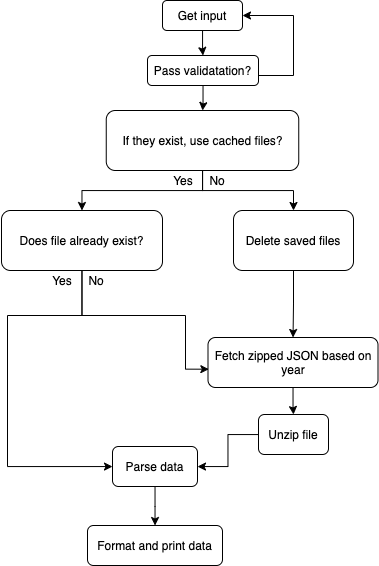
The draw.io diagram images/diagram.png in ottiliaw/nvdsearch, before a commit. Source tidied: cells renumbered, new cells last; positions are measured from the earlier drawing's top-left corner, leaving out a move shared by most shapes.
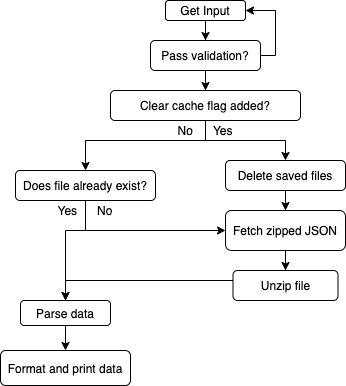
Later version of the same file.

Commit message:
fixed error in diagram

The edit, as a diff of the source:
```diff
@@ -1,102 +1,98 @@
-<mxGraphModel background="#ffffff">
+<mxGraphModel>
   <root>
     <mxCell id="0" />
     <mxCell id="1" parent="0" />
-    <mxCell id="2" style="edgeStyle=orthogonalEdgeStyle;rounded=0;jettySize=auto;html=1;" parent="1" edge="1" source="3" target="8">
-      <mxGeometry relative="1" as="geometry" />
-    </mxCell>
-    <mxCell id="3" value="Get input" style="rounded=1;whiteSpace=wrap;html=1;" parent="1" vertex="1">
-      <mxGeometry x="161" width="80" height="30" as="geometry" />
-    </mxCell>
-    <mxCell id="4" style="edgeStyle=orthogonalEdgeStyle;rounded=0;jettySize=auto;html=1;" parent="1" edge="1" source="5" target="10">
-      <mxGeometry relative="1" as="geometry" />
-    </mxCell>
-    <mxCell id="5" value="Fetch zipped JSON based on year" style="rounded=1;whiteSpace=wrap;html=1;" parent="1" vertex="1">
-      <mxGeometry x="206.5" y="337" width="170" height="50" as="geometry" />
-    </mxCell>
-    <mxCell id="6" style="edgeStyle=orthogonalEdgeStyle;rounded=0;jettySize=auto;html=1;entryX=1;entryY=0.5;entryDx=0;entryDy=0;" parent="1" edge="1" source="8" target="3">
-      <mxGeometry relative="1" as="geometry">
-        <Array as="points">
-          <mxPoint x="292" y="75" />
-          <mxPoint x="292" y="15" />
-        </Array>
-      </mxGeometry>
-    </mxCell>
-    <mxCell id="7" style="edgeStyle=orthogonalEdgeStyle;rounded=0;jettySize=auto;html=1;" parent="1" edge="1" source="8" target="19">
-      <mxGeometry relative="1" as="geometry" />
-    </mxCell>
-    <mxCell id="8" value="Pass validatation?" style="rounded=1;whiteSpace=wrap;html=1;" parent="1" vertex="1">
-      <mxGeometry x="146" y="55" width="111" height="30" as="geometry" />
-    </mxCell>
+    <mxCell id="27" style="edgeStyle=orthogonalEdgeStyle;rounded=0;jettySize=auto;html=1;entryX=0.5;entryY=0;entryDx=0;entryDy=0;" parent="1" edge="1" source="28" target="31">
+      <mxGeometry relative="1" as="geometry" />
+    </mxCell>
+    <mxCell id="28" value="Get Input" style="rounded=1;whiteSpace=wrap;html=1;" parent="1" vertex="1">
+      <mxGeometry x="242" y="500" width="80" height="20" as="geometry" />
+    </mxCell>
+    <mxCell id="29" style="edgeStyle=orthogonalEdgeStyle;rounded=0;jettySize=auto;html=1;" parent="1" edge="1" source="31" target="34">
+      <mxGeometry relative="1" as="geometry" />
+    </mxCell>
+    <mxCell id="30" style="edgeStyle=orthogonalEdgeStyle;rounded=0;jettySize=auto;html=1;entryX=1;entryY=0.5;entryDx=0;entryDy=0;" parent="1" edge="1" source="31" target="28">
+      <mxGeometry relative="1" as="geometry">
+        <Array as="points">
+          <mxPoint x="352" y="555" />
+          <mxPoint x="352" y="510" />
+        </Array>
+      </mxGeometry>
+    </mxCell>
+    <mxCell id="31" value="Pass validation?" style="rounded=1;whiteSpace=wrap;html=1;" parent="1" vertex="1">
+      <mxGeometry x="227" y="540" width="110" height="30" as="geometry" />
+    </mxCell>
+    <mxCell id="32" style="edgeStyle=orthogonalEdgeStyle;rounded=0;jettySize=auto;html=1;" parent="1" edge="1" source="34" target="16">
+      <mxGeometry relative="1" as="geometry">
+        <Array as="points">
+          <mxPoint x="282" y="640" />
+          <mxPoint x="162" y="640" />
+        </Array>
+      </mxGeometry>
+    </mxCell>
+    <mxCell id="33" style="edgeStyle=orthogonalEdgeStyle;rounded=0;jettySize=auto;html=1;" parent="1" edge="1" source="34" target="21">
+      <mxGeometry relative="1" as="geometry" />
+    </mxCell>
+    <mxCell id="34" value="Clear cache flag added?" style="rounded=1;whiteSpace=wrap;html=1;" parent="1" vertex="1">
+      <mxGeometry x="187" y="590" width="190" height="30" as="geometry" />
+    </mxCell>
+    <mxCell id="35" style="edgeStyle=orthogonalEdgeStyle;rounded=0;jettySize=auto;html=1;entryX=0;entryY=0.5;entryDx=0;entryDy=0;" parent="1" edge="1" source="16" target="38">
+      <mxGeometry relative="1" as="geometry">
+        <Array as="points">
+          <mxPoint x="162" y="730" />
+        </Array>
+      </mxGeometry>
+    </mxCell>
+    <mxCell id="14" style="edgeStyle=orthogonalEdgeStyle;rounded=0;jettySize=auto;html=1;" parent="1" edge="1" source="16" target="12">
+      <mxGeometry relative="1" as="geometry">
+        <Array as="points">
+          <mxPoint x="162" y="730" />
+          <mxPoint x="142" y="730" />
+        </Array>
+      </mxGeometry>
+    </mxCell>
+    <mxCell id="16" value="Does file already exist?" style="rounded=1;whiteSpace=wrap;html=1;" parent="1" vertex="1">
+      <mxGeometry x="92" y="670" width="140" height="30" as="geometry" />
+    </mxCell>
+    <mxCell id="36" style="edgeStyle=orthogonalEdgeStyle;rounded=0;jettySize=auto;html=1;" parent="1" edge="1" source="21" target="38">
+      <mxGeometry relative="1" as="geometry" />
+    </mxCell>
+    <mxCell id="21" value="Delete saved files" style="rounded=1;whiteSpace=wrap;html=1;" parent="1" vertex="1">
+      <mxGeometry x="302" y="660" width="120" height="30" as="geometry" />
+    </mxCell>
+    <mxCell id="37" style="edgeStyle=orthogonalEdgeStyle;rounded=0;jettySize=auto;html=1;" parent="1" edge="1" source="38" target="10">
+      <mxGeometry relative="1" as="geometry" />
+    </mxCell>
+    <mxCell id="38" value="Fetch zipped JSON" style="rounded=1;whiteSpace=wrap;html=1;" parent="1" vertex="1">
+      <mxGeometry x="302" y="710" width="120" height="40" as="geometry" />
+    </mxCell>
     <mxCell id="9" style="edgeStyle=orthogonalEdgeStyle;rounded=0;jettySize=auto;html=1;" parent="1" edge="1" source="10" target="12">
-      <mxGeometry relative="1" as="geometry" />
+      <mxGeometry relative="1" as="geometry">
+        <Array as="points">
+          <mxPoint x="142" y="780" />
+        </Array>
+      </mxGeometry>
     </mxCell>
     <mxCell id="10" value="Unzip file" style="rounded=1;whiteSpace=wrap;html=1;" parent="1" vertex="1">
-      <mxGeometry x="257" y="414" width="70" height="40" as="geometry" />
+      <mxGeometry x="309.5" y="770" width="105" height="30" as="geometry" />
     </mxCell>
     <mxCell id="11" style="edgeStyle=orthogonalEdgeStyle;rounded=0;jettySize=auto;html=1;" parent="1" edge="1" source="12" target="13">
       <mxGeometry relative="1" as="geometry" />
     </mxCell>
     <mxCell id="12" value="Parse data" style="rounded=1;whiteSpace=wrap;html=1;" parent="1" vertex="1">
-      <mxGeometry x="111" y="446" width="85" height="40" as="geometry" />
+      <mxGeometry x="97" y="800" width="90" height="25" as="geometry" />
     </mxCell>
     <mxCell id="13" value="Format and print data" style="rounded=1;whiteSpace=wrap;html=1;" parent="1" vertex="1">
-      <mxGeometry x="86" y="525" width="135" height="40" as="geometry" />
+      <mxGeometry x="77" y="850" width="130" height="35" as="geometry" />
     </mxCell>
-    <mxCell id="14" style="edgeStyle=orthogonalEdgeStyle;rounded=0;jettySize=auto;html=1;" parent="1" edge="1" source="16" target="12">
-      <mxGeometry relative="1" as="geometry">
-        <Array as="points">
-          <mxPoint x="80" y="315" />
-          <mxPoint x="6" y="315" />
-        </Array>
-      </mxGeometry>
-    </mxCell>
-    <mxCell id="15" style="edgeStyle=orthogonalEdgeStyle;rounded=0;jettySize=auto;html=1;entryX=0.005;entryY=0.634;entryDx=0;entryDy=0;entryPerimeter=0;" parent="1" edge="1" source="16" target="5">
-      <mxGeometry relative="1" as="geometry">
-        <Array as="points">
-          <mxPoint x="81" y="315" />
-          <mxPoint x="184" y="315" />
-          <mxPoint x="184" y="369" />
-        </Array>
-      </mxGeometry>
-    </mxCell>
-    <mxCell id="16" value="Does file already exist?" style="rounded=1;whiteSpace=wrap;html=1;" parent="1" vertex="1">
-      <mxGeometry y="210" width="161" height="60" as="geometry" />
-    </mxCell>
-    <mxCell id="17" style="edgeStyle=orthogonalEdgeStyle;rounded=0;jettySize=auto;html=1;" parent="1" edge="1" source="19" target="16">
-      <mxGeometry relative="1" as="geometry" />
-    </mxCell>
-    <mxCell id="18" style="edgeStyle=orthogonalEdgeStyle;rounded=0;jettySize=auto;html=1;" parent="1" edge="1" source="19" target="21">
-      <mxGeometry relative="1" as="geometry">
-        <Array as="points">
-          <mxPoint x="201" y="190" />
-          <mxPoint x="292" y="190" />
-        </Array>
-      </mxGeometry>
-    </mxCell>
-    <mxCell id="19" value="If they exist, use cached files?" style="rounded=1;whiteSpace=wrap;html=1;" parent="1" vertex="1">
-      <mxGeometry x="104.8" y="110" width="192.5" height="60" as="geometry" />
-    </mxCell>
-    <mxCell id="20" style="edgeStyle=orthogonalEdgeStyle;rounded=0;jettySize=auto;html=1;" parent="1" edge="1" source="21" target="5">
-      <mxGeometry relative="1" as="geometry" />
-    </mxCell>
-    <mxCell id="21" value="Delete saved files" style="rounded=1;whiteSpace=wrap;html=1;" parent="1" vertex="1">
-      <mxGeometry x="232" y="210" width="120" height="60" as="geometry" />
-    </mxCell>
-    <mxCell id="22" style="edgeStyle=orthogonalEdgeStyle;rounded=0;orthogonalLoop=1;jettySize=auto;html=1;exitX=0.5;exitY=1;exitDx=0;exitDy=0;" parent="1" edge="1" source="10" target="10">
-      <mxGeometry relative="1" as="geometry" />
-    </mxCell>
-    <mxCell id="23" style="edgeStyle=orthogonalEdgeStyle;rounded=0;orthogonalLoop=1;jettySize=auto;html=1;exitX=0.5;exitY=1;exitDx=0;exitDy=0;" parent="1" edge="1" source="12" target="12">
-      <mxGeometry relative="1" as="geometry" />
-    </mxCell>
-    <mxCell id="24" value="Yes&amp;nbsp; &amp;nbsp; &amp;nbsp;No" style="text;html=1;strokeColor=none;fillColor=none;align=center;verticalAlign=middle;whiteSpace=wrap;rounded=0;" parent="1" vertex="1">
-      <mxGeometry x="25" y="270" width="104" height="20" as="geometry" />
-    </mxCell>
-    <mxCell id="25" value="&lt;span style=&quot;color: rgba(0 , 0 , 0 , 0) ; font-family: monospace ; font-size: 0px&quot;&gt;%3CmxGraphModel%3E%3Croot%3E%3CmxCell%20id%3D%220%22%2F%3E%3CmxCell%20id%3D%221%22%20parent%3D%220%22%2F%3E%3CmxCell%20id%3D%222%22%20value%3D%22Yes%26amp%3Bnbsp%3B%20%26amp%3Bnbsp%3B%20%26amp%3Bnbsp%3BNo%22%20style%3D%22text%3Bhtml%3D1%3BstrokeColor%3Dnone%3BfillColor%3Dnone%3Balign%3Dcenter%3BverticalAlign%3Dmiddle%3BwhiteSpace%3Dwrap%3Brounded%3D0%3B%22%20vertex%3D%221%22%20parent%3D%221%22%3E%3CmxGeometry%20x%3D%22337%22%20y%3D%22355%22%20width%3D%22104%22%20height%3D%2220%22%20as%3D%22geometry%22%2F%3E%3C%2FmxCell%3E%3C%2Froot%3E%3C%2FmxGraphModel%3E&lt;/span&gt;&amp;nbsp; &amp;nbsp; &amp;nbsp;" style="text;html=1;strokeColor=none;fillColor=none;align=center;verticalAlign=middle;whiteSpace=wrap;rounded=0;" parent="1" vertex="1">
-      <mxGeometry x="149" y="170" width="104" height="20" as="geometry" />
-    </mxCell>
-    <mxCell id="26" value="Yes&amp;nbsp; &amp;nbsp; &amp;nbsp;No" style="text;html=1;strokeColor=none;fillColor=none;align=center;verticalAlign=middle;whiteSpace=wrap;rounded=0;" parent="1" vertex="1">
-      <mxGeometry x="145.5" y="170" width="104" height="20" as="geometry" />
-    </mxCell>
+    <mxCell id="39" value="Yes&amp;nbsp; &amp;nbsp; &amp;nbsp; No" style="text;html=1;strokeColor=none;fillColor=none;align=center;verticalAlign=middle;whiteSpace=wrap;rounded=0;" parent="1" vertex="1">
+      <mxGeometry x="102" y="700" width="120" height="20" as="geometry" />
+    </mxCell>
+    <mxCell id="40" value="&lt;span style=&quot;color: rgba(0 , 0 , 0 , 0) ; font-family: monospace ; font-size: 0px&quot;&gt;%3CmxGraphModel%3E%3Croot%3E%3CmxCell%20id%3D%220%22%2F%3E%3CmxCell%20id%3D%221%22%20parent%3D%220%22%2F%3E%3CmxCell%20id%3D%222%22%20value%3D%22Yes%26amp%3Bnbsp%3B%20%26amp%3Bnbsp%3B%20%26amp%3Bnbsp%3B%20No%22%20style%3D%22text%3Bhtml%3D1%3BstrokeColor%3Dnone%3BfillColor%3Dnone%3Balign%3Dcenter%3BverticalAlign%3Dmiddle%3BwhiteSpace%3Dwrap%3Brounded%3D0%3B%22%20vertex%3D%221%22%20parent%3D%221%22%3E%3CmxGeometry%20x%3D%22491%22%20y%3D%22770%22%20width%3D%22120%22%20height%3D%2220%22%20as%3D%22geometry%22%2F%3E%3C%2FmxCell%3E%3C%2Froot%3E%3C%2FmxGraphModel%3E&lt;/span&gt;" style="text;html=1;strokeColor=none;fillColor=none;align=center;verticalAlign=middle;whiteSpace=wrap;rounded=0;" parent="1" vertex="1">
+      <mxGeometry x="222" y="620" width="120" height="20" as="geometry" />
+    </mxCell>
+    <mxCell id="41" value="No&amp;nbsp; &amp;nbsp; &amp;nbsp; Yes" style="text;html=1;strokeColor=none;fillColor=none;align=center;verticalAlign=middle;whiteSpace=wrap;rounded=0;" parent="1" vertex="1">
+      <mxGeometry x="222" y="620" width="120" height="20" as="geometry" />
+    </mxCell>
   </root>
 </mxGraphModel>
```
